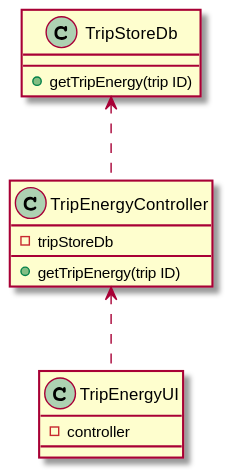
Above: docs/Sprint 4/US/US413/US413_CD.svg in 1190772/LAB-Project-3 (PlantUML), before the change.
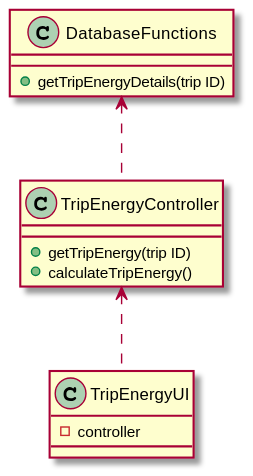
The same diagram one commit later.

Diff of the diagram source:
```diff
@@ -5,15 +5,15 @@
 }
 
 class TripEnergyController {
-- tripStoreDb
 + getTripEnergy(trip ID)
++ calculateTripEnergy()
 }
 
-class TripStoreDb {
-+ getTripEnergy(trip ID)
+class DatabaseFunctions {
++ getTripEnergyDetails(trip ID)
 }
 
 TripEnergyController <.. TripEnergyUI
-TripStoreDb <.. TripEnergyController
+DatabaseFunctions <.. TripEnergyController
 
 @enduml
```
